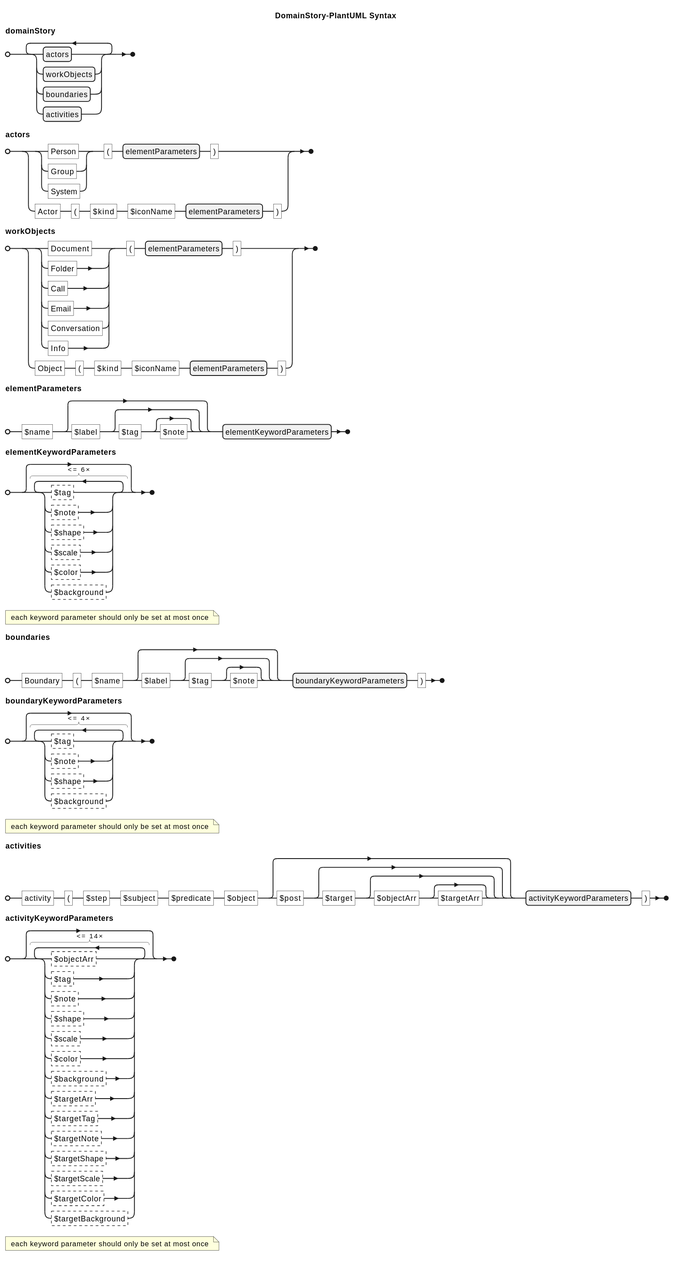
The PlantUML diagram docs/assets/macroSyntax.svg in johthor/DomainStory-PlantUML, before a commit. The source it was exported from:
```plantuml
@startebnf
title DomainStory-PlantUML Syntax

domainStory = { actors | workObjects | boundaries | activities }-;

actors = ( ("Person" | "Group" | "System"), "(", elementParameters, ")" )
    | ( "Actor", "(", "$kind", "$iconName", elementParameters, ")" );

workObjects = ( ("Document" | "Folder" | "Call" | "Email" | "Conversation" | "Info"), "(", elementParameters, ")" )
    | ( "Object", "(", "$kind", "$iconName", elementParameters, ")" );

elementParameters = "$name",[ "$label", ["$tag", ["$note"] ] ], elementKeywordParameters;

elementKeywordParameters = [ "<= 6" * ( ?$tag? | ?$note? | ?$shape? | ?$scale? | ?$color? | ?$background? ) ];
(* each keyword parameter should only be set at most once *)

boundaries = "Boundary", "(", "$name", [ "$label", ["$tag", ["$note"] ] ], boundaryKeywordParameters, ")";

boundaryKeywordParameters = [ "<= 4" * ( ?$tag? | ?$note? | ?$shape? | ?$background? ) ];
(* each keyword parameter should only be set at most once *)

activities = "activity", "(", "$step", "$subject", "$predicate", "$object",    [ "$post", ["$target", [ "$objectArr", ["$targetArr"] ] ] ], activityKeywordParameters,")";

activityKeywordParameters = [ "<= 14" * ( ?$objectArr? |?$tag? | ?$note? | ?$shape? | ?$scale? | ?$color? | ?$background?
    | ?$targetArr? | ?$targetTag? | ?$targetNote? | ?$targetShape? | ?$targetScale? | ?$targetColor? | ?$targetBackground? ) ];
(* each keyword parameter should only be set at most once *)
@endebnf
```
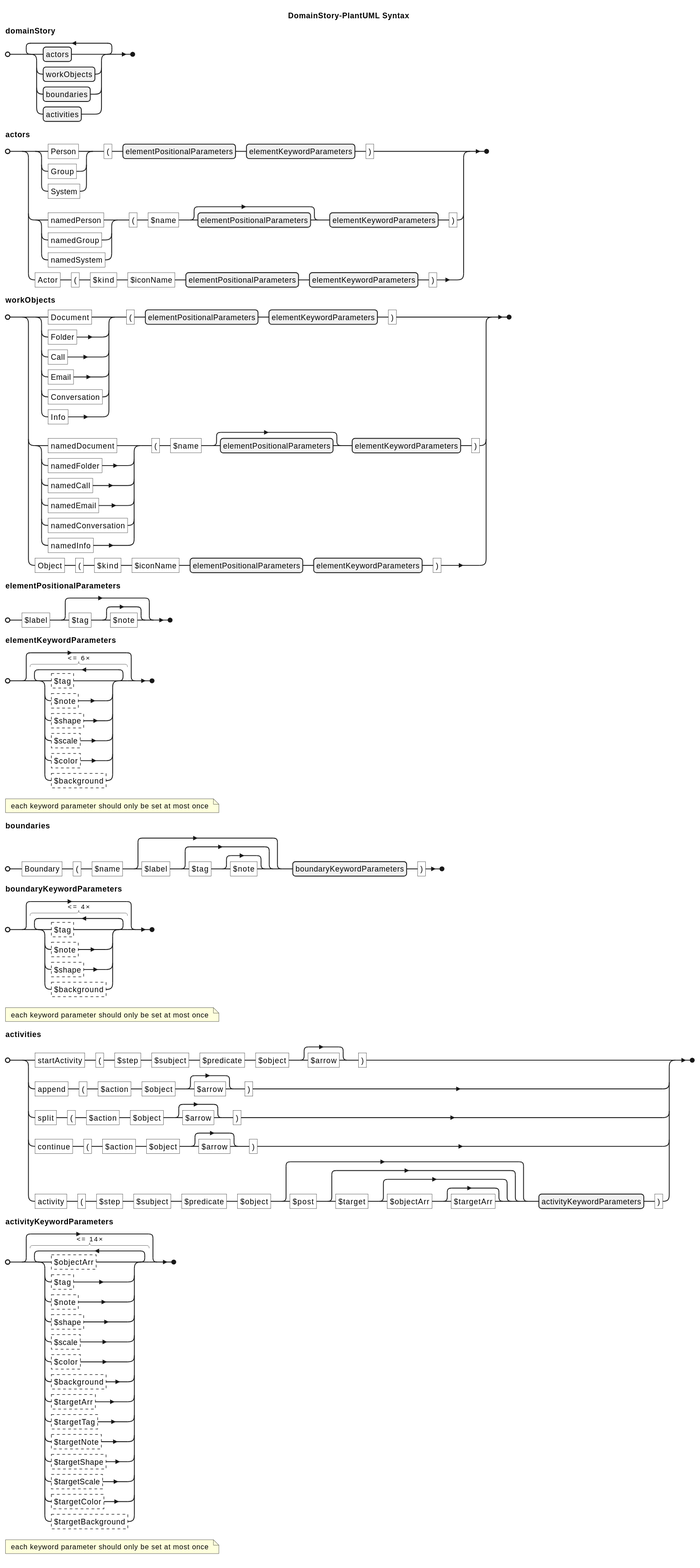
Above is the later version.

The edit, as a diff of the source:
```diff
@@ -3,13 +3,15 @@
 
 domainStory = { actors | workObjects | boundaries | activities }-;
 
-actors = ( ("Person" | "Group" | "System"), "(", elementParameters, ")" )
-    | ( "Actor", "(", "$kind", "$iconName", elementParameters, ")" );
+actors = ( ("Person" | "Group" | "System"), "(", elementPositionalParameters, elementKeywordParameters, ")" )
+    | ( ("namedPerson" | "namedGroup" | "namedSystem"), "(", "$name", [ elementPositionalParameters ], elementKeywordParameters, ")" )
+    | ( "Actor", "(", "$kind", "$iconName", elementPositionalParameters, elementKeywordParameters, ")" );
 
-workObjects = ( ("Document" | "Folder" | "Call" | "Email" | "Conversation" | "Info"), "(", elementParameters, ")" )
-    | ( "Object", "(", "$kind", "$iconName", elementParameters, ")" );
+workObjects = ( ("Document" | "Folder" | "Call" | "Email" | "Conversation" | "Info"), "(", elementPositionalParameters, elementKeywordParameters, ")" )
+    | ( ("namedDocument" | "namedFolder" | "namedCall" | "namedEmail" | "namedConversation" | "namedInfo"), "(", "$name", [ elementPositionalParameters ], elementKeywordParameters, ")" )
+    | ( "Object", "(", "$kind", "$iconName", elementPositionalParameters, elementKeywordParameters, ")" );
 
-elementParameters = "$name",[ "$label", ["$tag", ["$note"] ] ], elementKeywordParameters;
+elementPositionalParameters = "$label", ["$tag", ["$note"] ];
 
 elementKeywordParameters = [ "<= 6" * ( ?$tag? | ?$note? | ?$shape? | ?$scale? | ?$color? | ?$background? ) ];
 (* each keyword parameter should only be set at most once *)
@@ -19,7 +21,11 @@
 boundaryKeywordParameters = [ "<= 4" * ( ?$tag? | ?$note? | ?$shape? | ?$background? ) ];
 (* each keyword parameter should only be set at most once *)
 
-activities = "activity", "(", "$step", "$subject", "$predicate", "$object",    [ "$post", ["$target", [ "$objectArr", ["$targetArr"] ] ] ], activityKeywordParameters,")";
+activities = ( "startActivity", "(", "$step", "$subject", "$predicate", "$object", [ "$arrow" ], ")" )
+    | ( "append", "(", "$action", "$object", [ "$arrow" ], ")" )
+    | ( "split", "(", "$action", "$object", [ "$arrow" ], ")" )
+    | ( "continue", "(", "$action", "$object", [ "$arrow" ], ")" )
+    | ( "activity", "(", "$step", "$subject", "$predicate", "$object",        [ "$post", ["$target", [ "$objectArr", ["$targetArr"] ] ] ], activityKeywordParameters,")" );
 
 activityKeywordParameters = [ "<= 14" * ( ?$objectArr? |?$tag? | ?$note? | ?$shape? | ?$scale? | ?$color? | ?$background?
     | ?$targetArr? | ?$targetTag? | ?$targetNote? | ?$targetShape? | ?$targetScale? | ?$targetColor? | ?$targetBackground? ) ];
```
